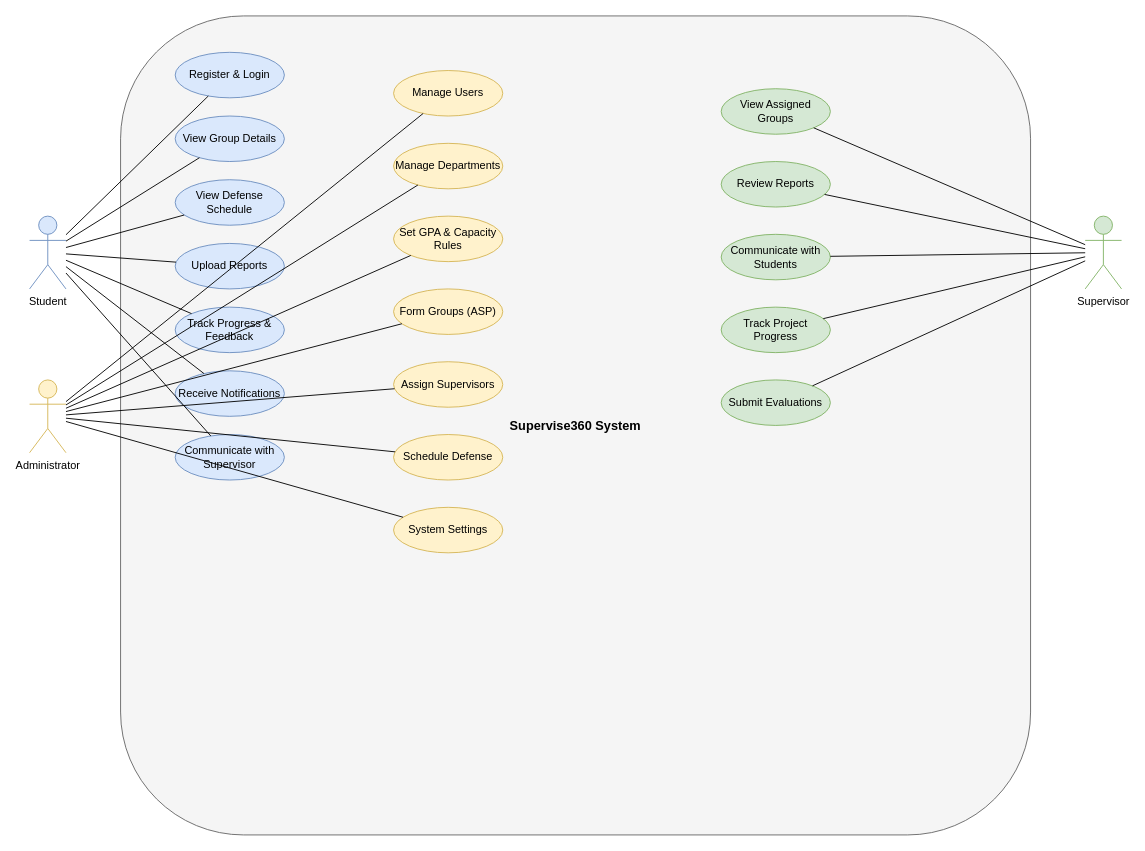
Before: diagrams/01-use-case-diagram.drawio in Chidera584/supervise360, a draw.io diagram. Source tidied: cells renumbered, new cells numbered last; positions are measured from the earlier drawing's top-left corner, leaving out a move shared by most shapes. Both pictures are drawn from the tidied source at 91%, with x=0, y=0 at pixel (29, 15).
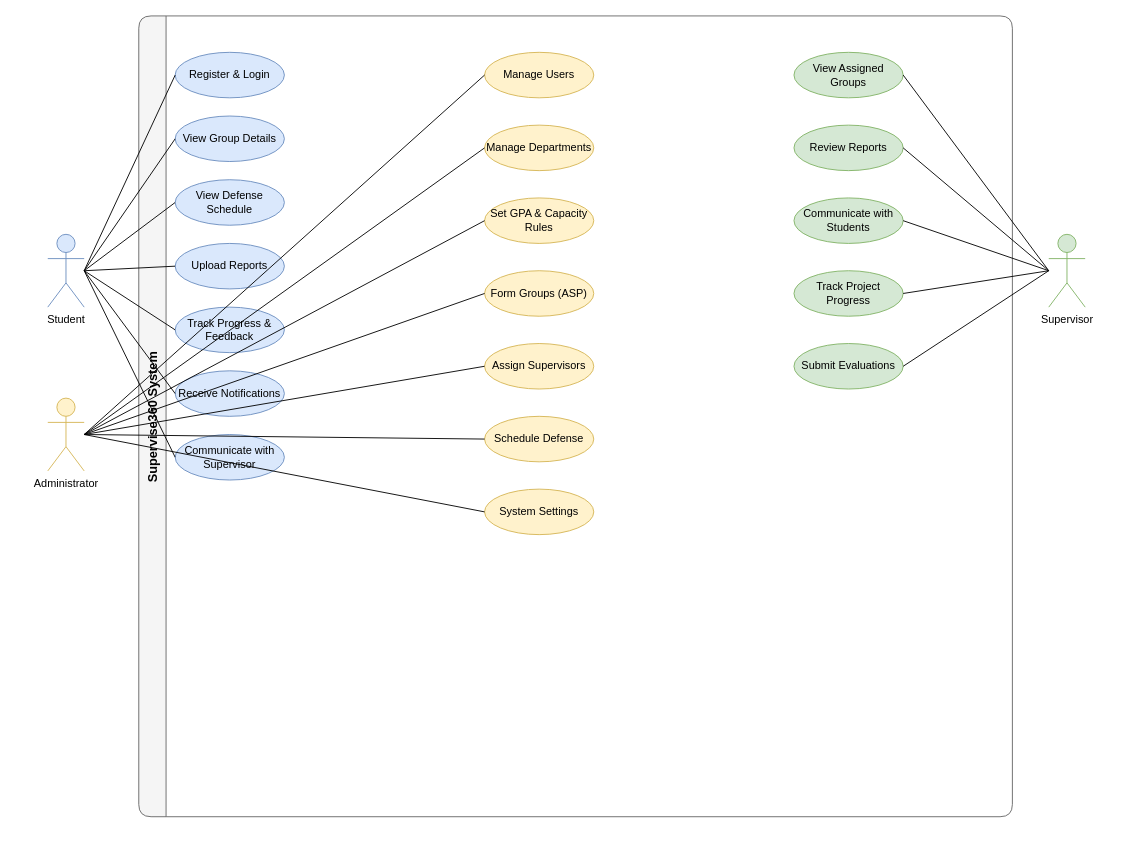
Above is the later version.

Commit message (it also covers changes not shown here):
Fix use case diagram (swimlane structure) and ERD layout with user tables

Made-with: Cursor

Change to the diagram source:
```diff
@@
-    <mxCell id="2" value="Supervise360 System" style="rounded=1;whiteSpace=wrap;html=1;fillColor=#f5f5f5;strokeColor=#666666;fontStyle=1;fontSize=14;arcSize=15;" parent="1" vertex="1">
-      <mxGeometry x="100" width="1000" height="900" as="geometry" />
+    <mxCell id="2" value="Supervise360 System" style="swimlane;fontStyle=1;fontSize=14;fillColor=#f5f5f5;strokeColor=#666666;startSize=30;horizontal=0;rounded=1;" parent="1" vertex="1">
+      <mxGeometry x="120" width="960" height="880" as="geometry" />
     </mxCell>
-    <mxCell id="3" value="Register &amp; Login" style="ellipse;whiteSpace=wrap;html=1;fillColor=#dae8fc;strokeColor=#6c8ebf;" parent="1" vertex="1">
-      <mxGeometry x="160" y="40" width="120" height="50" as="geometry" />
+    <mxCell id="3" value="Register &amp; Login" style="ellipse;whiteSpace=wrap;html=1;fillColor=#dae8fc;strokeColor=#6c8ebf;" parent="2" vertex="1">
+      <mxGeometry x="40" y="40" width="120" height="50" as="geometry" />
     </mxCell>
-    <mxCell id="4" value="View Group Details" style="ellipse;whiteSpace=wrap;html=1;fillColor=#dae8fc;strokeColor=#6c8ebf;" parent="1" vertex="1">
-      <mxGeometry x="160" y="110" width="120" height="50" as="geometry" />
+    <mxCell id="4" value="View Group Details" style="ellipse;whiteSpace=wrap;html=1;fillColor=#dae8fc;strokeColor=#6c8ebf;" parent="2" vertex="1">
+      <mxGeometry x="40" y="110" width="120" height="50" as="geometry" />
     </mxCell>
-    <mxCell id="5" value="View Defense Schedule" style="ellipse;whiteSpace=wrap;html=1;fillColor=#dae8fc;strokeColor=#6c8ebf;" parent="1" vertex="1">
-      <mxGeometry x="160" y="180" width="120" height="50" as="geometry" />
+    <mxCell id="5" value="View Defense Schedule" style="ellipse;whiteSpace=wrap;html=1;fillColor=#dae8fc;strokeColor=#6c8ebf;" parent="2" vertex="1">
+      <mxGeometry x="40" y="180" width="120" height="50" as="geometry" />
     </mxCell>
-    <mxCell id="6" value="Upload Reports" style="ellipse;whiteSpace=wrap;html=1;fillColor=#dae8fc;strokeColor=#6c8ebf;" parent="1" vertex="1">
-      <mxGeometry x="160" y="250" width="120" height="50" as="geometry" />
+    <mxCell id="6" value="Upload Reports" style="ellipse;whiteSpace=wrap;html=1;fillColor=#dae8fc;strokeColor=#6c8ebf;" parent="2" vertex="1">
+      <mxGeometry x="40" y="250" width="120" height="50" as="geometry" />
     </mxCell>
-    <mxCell id="7" value="Track Progress &amp; Feedback" style="ellipse;whiteSpace=wrap;html=1;fillColor=#dae8fc;strokeColor=#6c8ebf;" parent="1" vertex="1">
-      <mxGeometry x="160" y="320" width="120" height="50" as="geometry" />
+    <mxCell id="7" value="Track Progress &amp; Feedback" style="ellipse;whiteSpace=wrap;html=1;fillColor=#dae8fc;strokeColor=#6c8ebf;" parent="2" vertex="1">
+      <mxGeometry x="40" y="320" width="120" height="50" as="geometry" />
     </mxCell>
-    <mxCell id="8" value="Receive Notifications" style="ellipse;whiteSpace=wrap;html=1;fillColor=#dae8fc;strokeColor=#6c8ebf;" parent="1" vertex="1">
-      <mxGeometry x="160" y="390" width="120" height="50" as="geometry" />
+    <mxCell id="8" value="Receive Notifications" style="ellipse;whiteSpace=wrap;html=1;fillColor=#dae8fc;strokeColor=#6c8ebf;" parent="2" vertex="1">
+      <mxGeometry x="40" y="390" width="120" height="50" as="geometry" />
     </mxCell>
-    <mxCell id="9" value="Communicate with Supervisor" style="ellipse;whiteSpace=wrap;html=1;fillColor=#dae8fc;strokeColor=#6c8ebf;" parent="1" vertex="1">
-      <mxGeometry x="160" y="460" width="120" height="50" as="geometry" />
+    <mxCell id="9" value="Communicate with Supervisor" style="ellipse;whiteSpace=wrap;html=1;fillColor=#dae8fc;strokeColor=#6c8ebf;" parent="2" vertex="1">
+      <mxGeometry x="40" y="460" width="120" height="50" as="geometry" />
     </mxCell>
-    <mxCell id="10" value="Manage Users" style="ellipse;whiteSpace=wrap;html=1;fillColor=#fff2cc;strokeColor=#d6b656;" parent="1" vertex="1">
-      <mxGeometry x="400" y="60" width="120" height="50" as="geometry" />
+    <mxCell id="10" value="Manage Users" style="ellipse;whiteSpace=wrap;html=1;fillColor=#fff2cc;strokeColor=#d6b656;" parent="2" vertex="1">
+      <mxGeometry x="380" y="40" width="120" height="50" as="geometry" />
     </mxCell>
-    <mxCell id="11" value="Manage Departments" style="ellipse;whiteSpace=wrap;html=1;fillColor=#fff2cc;strokeColor=#d6b656;" parent="1" vertex="1">
-      <mxGeometry x="400" y="140" width="120" height="50" as="geometry" />
+    <mxCell id="11" value="Manage Departments" style="ellipse;whiteSpace=wrap;html=1;fillColor=#fff2cc;strokeColor=#d6b656;" parent="2" vertex="1">
+      <mxGeometry x="380" y="120" width="120" height="50" as="geometry" />
     </mxCell>
-    <mxCell id="12" value="Set GPA &amp; Capacity Rules" style="ellipse;whiteSpace=wrap;html=1;fillColor=#fff2cc;strokeColor=#d6b656;" parent="1" vertex="1">
-      <mxGeometry x="400" y="220" width="120" height="50" as="geometry" />
+    <mxCell id="12" value="Set GPA &amp; Capacity Rules" style="ellipse;whiteSpace=wrap;html=1;fillColor=#fff2cc;strokeColor=#d6b656;" parent="2" vertex="1">
+      <mxGeometry x="380" y="200" width="120" height="50" as="geometry" />
     </mxCell>
-    <mxCell id="13" value="Form Groups (ASP)" style="ellipse;whiteSpace=wrap;html=1;fillColor=#fff2cc;strokeColor=#d6b656;" parent="1" vertex="1">
-      <mxGeometry x="400" y="300" width="120" height="50" as="geometry" />
+    <mxCell id="13" value="Form Groups (ASP)" style="ellipse;whiteSpace=wrap;html=1;fillColor=#fff2cc;strokeColor=#d6b656;" parent="2" vertex="1">
+      <mxGeometry x="380" y="280" width="120" height="50" as="geometry" />
     </mxCell>
-    <mxCell id="14" value="Assign Supervisors" style="ellipse;whiteSpace=wrap;html=1;fillColor=#fff2cc;strokeColor=#d6b656;" parent="1" vertex="1">
-      <mxGeometry x="400" y="380" width="120" height="50" as="geometry" />
+    <mxCell id="14" value="Assign Supervisors" style="ellipse;whiteSpace=wrap;html=1;fillColor=#fff2cc;strokeColor=#d6b656;" parent="2" vertex="1">
+      <mxGeometry x="380" y="360" width="120" height="50" as="geometry" />
     </mxCell>
-    <mxCell id="15" value="Schedule Defense" style="ellipse;whiteSpace=wrap;html=1;fillColor=#fff2cc;strokeColor=#d6b656;" parent="1" vertex="1">
-      <mxGeometry x="400" y="460" width="120" height="50" as="geometry" />
+    <mxCell id="15" value="Schedule Defense" style="ellipse;whiteSpace=wrap;html=1;fillColor=#fff2cc;strokeColor=#d6b656;" parent="2" vertex="1">
+      <mxGeometry x="380" y="440" width="120" height="50" as="geometry" />
     </mxCell>
-    <mxCell id="16" value="System Settings" style="ellipse;whiteSpace=wrap;html=1;fillColor=#fff2cc;strokeColor=#d6b656;" parent="1" vertex="1">
-      <mxGeometry x="400" y="540" width="120" height="50" as="geometry" />
+    <mxCell id="16" value="System Settings" style="ellipse;whiteSpace=wrap;html=1;fillColor=#fff2cc;strokeColor=#d6b656;" parent="2" vertex="1">
+      <mxGeometry x="380" y="520" width="120" height="50" as="geometry" />
     </mxCell>
-    <mxCell id="17" value="View Assigned Groups" style="ellipse;whiteSpace=wrap;html=1;fillColor=#d5e8d4;strokeColor=#82b366;" parent="1" vertex="1">
-      <mxGeometry x="760" y="80" width="120" height="50" as="geometry" />
+    <mxCell id="17" value="View Assigned Groups" style="ellipse;whiteSpace=wrap;html=1;fillColor=#d5e8d4;strokeColor=#82b366;" parent="2" vertex="1">
+      <mxGeometry x="720" y="40" width="120" height="50" as="geometry" />
     </mxCell>
-    <mxCell id="18" value="Review Reports" style="ellipse;whiteSpace=wrap;html=1;fillColor=#d5e8d4;strokeColor=#82b366;" parent="1" vertex="1">
-      <mxGeometry x="760" y="160" width="120" height="50" as="geometry" />
+    <mxCell id="18" value="Review Reports" style="ellipse;whiteSpace=wrap;html=1;fillColor=#d5e8d4;strokeColor=#82b366;" parent="2" vertex="1">
+      <mxGeometry x="720" y="120" width="120" height="50" as="geometry" />
     </mxCell>
-    <mxCell id="19" value="Communicate with Students" style="ellipse;whiteSpace=wrap;html=1;fillColor=#d5e8d4;strokeColor=#82b366;" parent="1" vertex="1">
-      <mxGeometry x="760" y="240" width="120" height="50" as="geometry" />
+    <mxCell id="19" value="Communicate with Students" style="ellipse;whiteSpace=wrap;html=1;fillColor=#d5e8d4;strokeColor=#82b366;" parent="2" vertex="1">
+      <mxGeometry x="720" y="200" width="120" height="50" as="geometry" />
     </mxCell>
-    <mxCell id="20" value="Track Project Progress" style="ellipse;whiteSpace=wrap;html=1;fillColor=#d5e8d4;strokeColor=#82b366;" parent="1" vertex="1">
-      <mxGeometry x="760" y="320" width="120" height="50" as="geometry" />
+    <mxCell id="20" value="Track Project Progress" style="ellipse;whiteSpace=wrap;html=1;fillColor=#d5e8d4;strokeColor=#82b366;" parent="2" vertex="1">
+      <mxGeometry x="720" y="280" width="120" height="50" as="geometry" />
     </mxCell>
-    <mxCell id="21" value="Submit Evaluations" style="ellipse;whiteSpace=wrap;html=1;fillColor=#d5e8d4;strokeColor=#82b366;" parent="1" vertex="1">
-      <mxGeometry x="760" y="400" width="120" height="50" as="geometry" />
+    <mxCell id="21" value="Submit Evaluations" style="ellipse;whiteSpace=wrap;html=1;fillColor=#d5e8d4;strokeColor=#82b366;" parent="2" vertex="1">
+      <mxGeometry x="720" y="360" width="120" height="50" as="geometry" />
     </mxCell>
     <mxCell id="22" value="Student" style="shape=umlActor;verticalLabelPosition=bottom;verticalAlign=top;html=1;outlineConnect=0;fillColor=#dae8fc;strokeColor=#6c8ebf;" parent="1" vertex="1">
-      <mxGeometry y="220" width="40" height="80" as="geometry" />
+      <mxGeometry x="20" y="240" width="40" height="80" as="geometry" />
     </mxCell>
     <mxCell id="23" value="Administrator" style="shape=umlActor;verticalLabelPosition=bottom;verticalAlign=top;html=1;outlineConnect=0;fillColor=#fff2cc;strokeColor=#d6b656;" parent="1" vertex="1">
-      <mxGeometry y="400" width="40" height="80" as="geometry" />
+      <mxGeometry x="20" y="420" width="40" height="80" as="geometry" />
     </mxCell>
     <mxCell id="24" value="Supervisor" style="shape=umlActor;verticalLabelPosition=bottom;verticalAlign=top;html=1;outlineConnect=0;fillColor=#d5e8d4;strokeColor=#82b366;" parent="1" vertex="1">
-      <mxGeometry x="1160" y="220" width="40" height="80" as="geometry" />
+      <mxGeometry x="1120" y="240" width="40" height="80" as="geometry" />
     </mxCell>
-    <mxCell id="25" style="endArrow=none;html=1;rounded=0;" parent="1" edge="1" source="22" target="3">
+    <mxCell id="25" style="endArrow=none;html=1;rounded=0;exitX=1;exitY=0.5;entryX=0;entryY=0.5;" parent="1" edge="1" source="22" target="3">
       <mxGeometry relative="1" as="geometry" />
     </mxCell>
-    <mxCell id="26" style="endArrow=none;html=1;rounded=0;" parent="1" edge="1" source="22" target="4">
+    <mxCell id="26" style="endArrow=none;html=1;rounded=0;exitX=1;exitY=0.5;entryX=0;entryY=0.5;" parent="1" edge="1" source="22" target="4">
       <mxGeometry relative="1" as="geometry" />
     </mxCell>
-    <mxCell id="27" style="endArrow=none;html=1;rounded=0;" parent="1" edge="1" source="22" target="5">
+    <mxCell id="27" style="endArrow=none;html=1;rounded=0;exitX=1;exitY=0.5;entryX=0;entryY=0.5;" parent="1" edge="1" source="22" target="5">
       <mxGeometry relative="1" as="geometry" />
     </mxCell>
-    <mxCell id="28" style="endArrow=none;html=1;rounded=0;" parent="1" edge="1" source="22" target="6">
+    <mxCell id="28" style="endArrow=none;html=1;rounded=0;exitX=1;exitY=0.5;entryX=0;entryY=0.5;" parent="1" edge="1" source="22" target="6">
       <mxGeometry relative="1" as="geometry" />
     </mxCell>
-    <mxCell id="29" style="endArrow=none;html=1;rounded=0;" parent="1" edge="1" source="22" target="7">
+    <mxCell id="29" style="endArrow=none;html=1;rounded=0;exitX=1;exitY=0.5;entryX=0;entryY=0.5;" parent="1" edge="1" source="22" target="7">
       <mxGeometry relative="1" as="geometry" />
     </mxCell>
-    <mxCell id="30" style="endArrow=none;html=1;rounded=0;" parent="1" edge="1" source="22" target="8">
+    <mxCell id="30" style="endArrow=none;html=1;rounded=0;exitX=1;exitY=0.5;entryX=0;entryY=0.5;" parent="1" edge="1" source="22" target="8">
       <mxGeometry relative="1" as="geometry" />
     </mxCell>
-    <mxCell id="31" style="endArrow=none;html=1;rounded=0;" parent="1" edge="1" source="22" target="9">
+    <mxCell id="31" style="endArrow=none;html=1;rounded=0;exitX=1;exitY=0.5;entryX=0;entryY=0.5;" parent="1" edge="1" source="22" target="9">
       <mxGeometry relative="1" as="geometry" />
     </mxCell>
-    <mxCell id="32" style="endArrow=none;html=1;rounded=0;" parent="1" edge="1" source="23" target="10">
+    <mxCell id="32" style="endArrow=none;html=1;rounded=0;exitX=1;exitY=0.5;entryX=0;entryY=0.5;" parent="1" edge="1" source="23" target="10">
       <mxGeometry relative="1" as="geometry" />
     </mxCell>
-    <mxCell id="33" style="endArrow=none;html=1;rounded=0;" parent="1" edge="1" source="23" target="11">
+    <mxCell id="33" style="endArrow=none;html=1;rounded=0;exitX=1;exitY=0.5;entryX=0;entryY=0.5;" parent="1" edge="1" source="23" target="11">
       <mxGeometry relative="1" as="geometry" />
     </mxCell>
-    <mxCell id="34" style="endArrow=none;html=1;rounded=0;" parent="1" edge="1" source="23" target="12">
+    <mxCell id="34" style="endArrow=none;html=1;rounded=0;exitX=1;exitY=0.5;entryX=0;entryY=0.5;" parent="1" edge="1" source="23" target="12">
       <mxGeometry relative="1" as="geometry" />
     </mxCell>
-    <mxCell id="35" style="endArrow=none;html=1;rounded=0;" parent="1" edge="1" source="23" target="13">
+    <mxCell id="35" style="endArrow=none;html=1;rounded=0;exitX=1;exitY=0.5;entryX=0;entryY=0.5;" parent="1" edge="1" source="23" target="13">
       <mxGeometry relative="1" as="geometry" />
     </mxCell>
-    <mxCell id="36" style="endArrow=none;html=1;rounded=0;" parent="1" edge="1" source="23" target="14">
+    <mxCell id="36" style="endArrow=none;html=1;rounded=0;exitX=1;exitY=0.5;entryX=0;entryY=0.5;" parent="1" edge="1" source="23" target="14">
       <mxGeometry relative="1" as="geometry" />
     </mxCell>
-    <mxCell id="37" style="endArrow=none;html=1;rounded=0;" parent="1" edge="1" source="23" target="15">
+    <mxCell id="37" style="endArrow=none;html=1;rounded=0;exitX=1;exitY=0.5;entryX=0;entryY=0.5;" parent="1" edge="1" source="23" target="15">
       <mxGeometry relative="1" as="geometry" />
     </mxCell>
-    <mxCell id="38" style="endArrow=none;html=1;rounded=0;" parent="1" edge="1" source="23" target="16">
+    <mxCell id="38" style="endArrow=none;html=1;rounded=0;exitX=1;exitY=0.5;entryX=0;entryY=0.5;" parent="1" edge="1" source="23" target="16">
       <mxGeometry relative="1" as="geometry" />
     </mxCell>
-    <mxCell id="39" style="endArrow=none;html=1;rounded=0;" parent="1" edge="1" source="24" target="17">
+    <mxCell id="39" style="endArrow=none;html=1;rounded=0;exitX=0;exitY=0.5;entryX=1;entryY=0.5;" parent="1" edge="1" source="24" target="17">
       <mxGeometry relative="1" as="geometry" />
     </mxCell>
-    <mxCell id="40" style="endArrow=none;html=1;rounded=0;" parent="1" edge="1" source="24" target="18">
+    <mxCell id="40" style="endArrow=none;html=1;rounded=0;exitX=0;exitY=0.5;entryX=1;entryY=0.5;" parent="1" edge="1" source="24" target="18">
       <mxGeometry relative="1" as="geometry" />
     </mxCell>
-    <mxCell id="41" style="endArrow=none;html=1;rounded=0;" parent="1" edge="1" source="24" target="19">
+    <mxCell id="41" style="endArrow=none;html=1;rounded=0;exitX=0;exitY=0.5;entryX=1;entryY=0.5;" parent="1" edge="1" source="24" target="19">
       <mxGeometry relative="1" as="geometry" />
     </mxCell>
-    <mxCell id="42" style="endArrow=none;html=1;rounded=0;" parent="1" edge="1" source="24" target="20">
+    <mxCell id="42" style="endArrow=none;html=1;rounded=0;exitX=0;exitY=0.5;entryX=1;entryY=0.5;" parent="1" edge="1" source="24" target="20">
       <mxGeometry relative="1" as="geometry" />
     </mxCell>
-    <mxCell id="43" style="endArrow=none;html=1;rounded=0;" parent="1" edge="1" source="24" target="21">
+    <mxCell id="43" style="endArrow=none;html=1;rounded=0;exitX=0;exitY=0.5;entryX=1;entryY=0.5;" parent="1" edge="1" source="24" target="21">
       <mxGeometry relative="1" as="geometry" />
     </mxCell>
```
